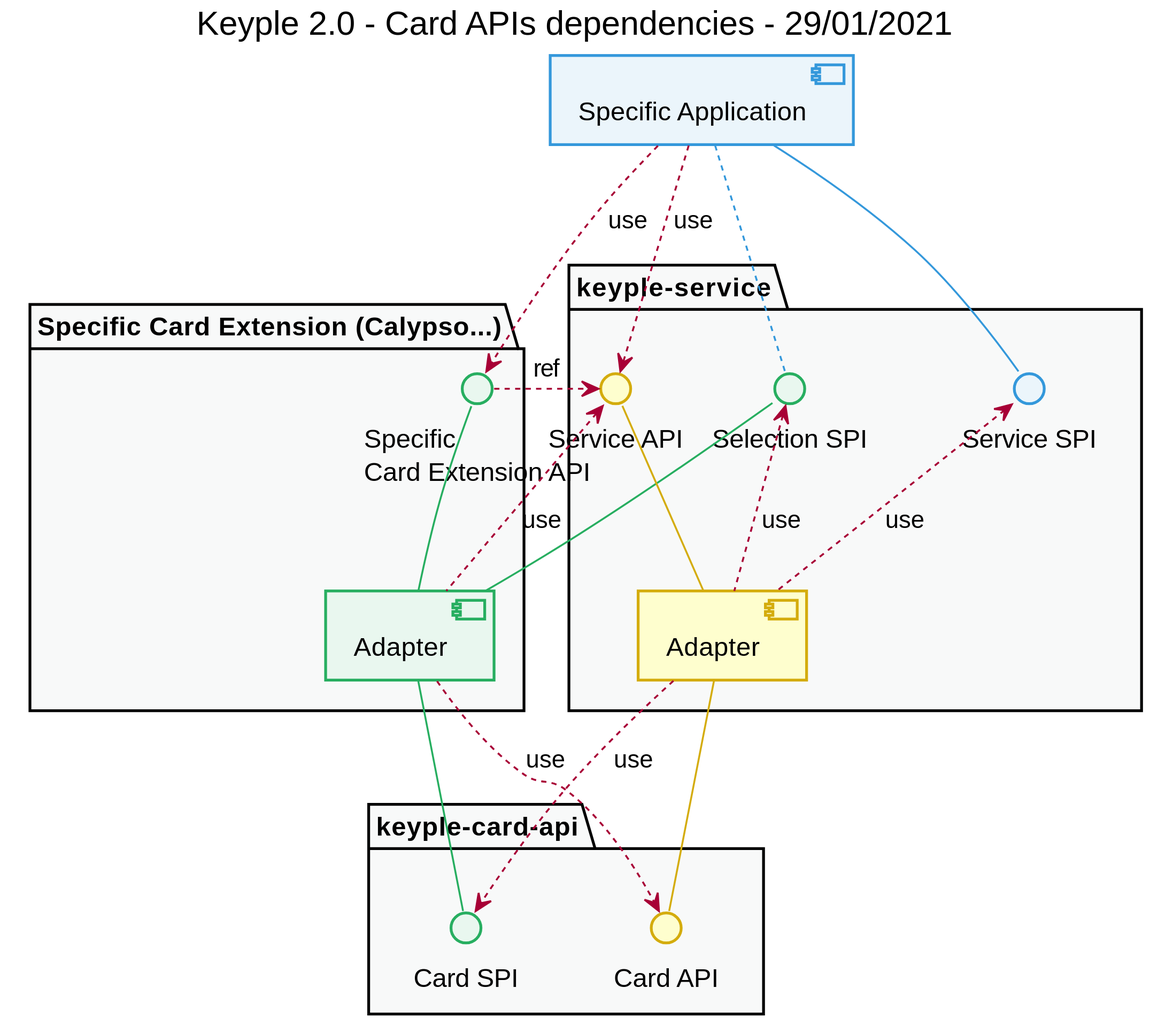
Above: uml/component/keyple_2_0_component_api_card_dependencies.svg in calypsonet/keyple_2_0 (PlantUML), before the change. Its diagram source:
```plantuml
@startuml
title
    Keyple 2.0 - Card APIs dependencies - 29/01/2021
end title


!define COLOR_YELLOW D4AC0D
!define COLOR_RED E74C3C
!define COLOR_PURPLE 8E44AD
!define COLOR_BLUE 3498DB
!define COLOR_GREEN 27AE60
!define COLOR_GREY 2C3E50

!define C_GREY1 F8F9F9
!define C_GREY2 F2F3F4
!define C_GREY3 E5E7E9
!define C_GREY4 D7DBDD
!define C_GREY5 CACFD2
!define C_GREY6 BDC3C7
!define C_LINK 3498DB
!define C_USE 27AE60

skinparam Shadowing false
skinparam component {
    BorderColor #D4AC0D
    BackgroundColor<<red>> #FDEDEC
    BorderColor<<red>> #E74C3C
    BackgroundColor<<purple>> #F4ECF7
    BorderColor<<purple>> #8E44AD
    BackgroundColor<<blue>> #EBF5FB
    BorderColor<<blue>> #3498DB
    BackgroundColor<<green>> #E9F7EF
    BorderColor<<green>> #27AE60
    BackgroundColor<<grey>> #EAECEE
    BorderColor<<grey>> #2C3E50
}
skinparam interface {
    BorderColor #D4AC0D
    BackgroundColor<<red>> #FDEDEC
    BorderColor<<red>> #E74C3C
    BackgroundColor<<purple>> #F4ECF7
    BorderColor<<purple>> #8E44AD
    BackgroundColor<<blue>> #EBF5FB
    BorderColor<<blue>> #3498DB
    BackgroundColor<<green>> #E9F7EF
    BorderColor<<green>> #27AE60
    BackgroundColor<<grey>> #EAECEE
    BorderColor<<grey>> #2C3E50
}
hide <<red>> stereotype
hide <<purple>> stereotype
hide <<blue>> stereotype
hide <<green>> stereotype
hide <<grey>> stereotype


[Specific Application] as application <<blue>>
package "Specific Card Extension (Calypso...)" as packExtension {
    interface "Specific\nCard Extension API" as specificCardExtensionApi <<green>>
    [Adapter] as extension <<green>>
}
package "keyple-service" as packService {
    interface "Service API" as serviceApi
    interface "Service SPI" as serviceSpi <<blue>>
    interface "Selection SPI" as selectionSpi <<green>>
    [Adapter] as service
}
package "keyple-card-api" as packCardApi {
    interface "Card SPI" as cardSpi <<green>>
    interface "Card API" as cardApi
}


application -- serviceSpi #COLOR_BLUE
application .. selectionSpi #COLOR_BLUE

extension -up- specificCardExtensionApi #COLOR_GREEN
extension -up- selectionSpi #COLOR_GREEN
extension -- cardSpi #COLOR_GREEN

service -up- serviceApi #COLOR_YELLOW
service -- cardApi #COLOR_YELLOW


application ..> specificCardExtensionApi : use
application ..> serviceApi : use

service .up.> serviceSpi : use
service .up.> selectionSpi : use
service ..> cardSpi : use

extension ..> cardApi : use
extension .up.> serviceApi : use

specificCardExtensionApi .right.> serviceApi : ref


package packExtension #C_GREY1 {
}
package packService #C_GREY1 {
}
package packCardApi #C_GREY1 {
}

@enduml
```
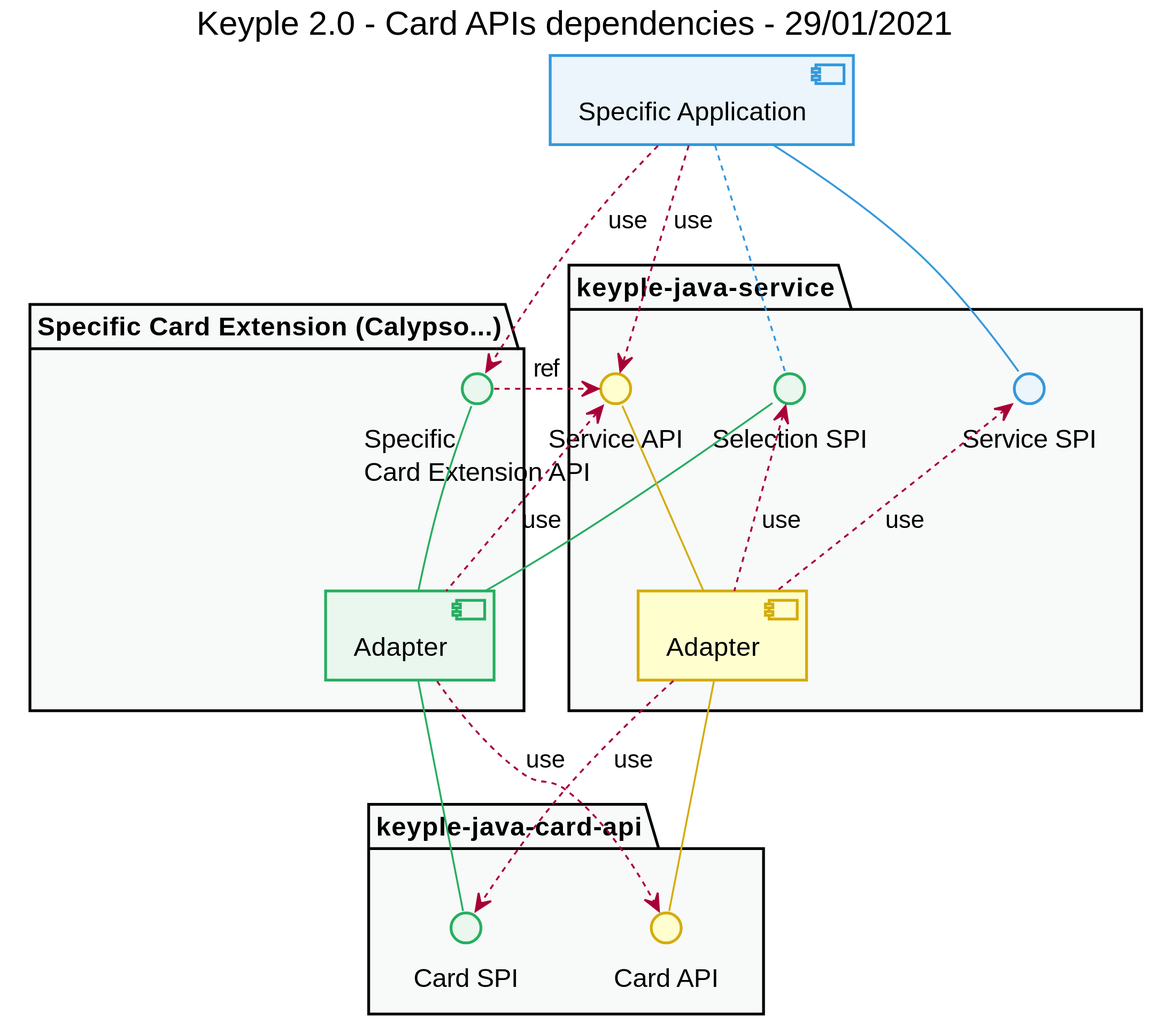
The same diagram one commit later.

Change to the diagram source:
```diff
@@ -59,13 +59,13 @@
     interface "Specific\nCard Extension API" as specificCardExtensionApi <<green>>
     [Adapter] as extension <<green>>
 }
-package "keyple-service" as packService {
+package "keyple-java-service" as packService {
     interface "Service API" as serviceApi
     interface "Service SPI" as serviceSpi <<blue>>
     interface "Selection SPI" as selectionSpi <<green>>
     [Adapter] as service
 }
-package "keyple-card-api" as packCardApi {
+package "keyple-java-card-api" as packCardApi {
     interface "Card SPI" as cardSpi <<green>>
     interface "Card API" as cardApi
 }
```
